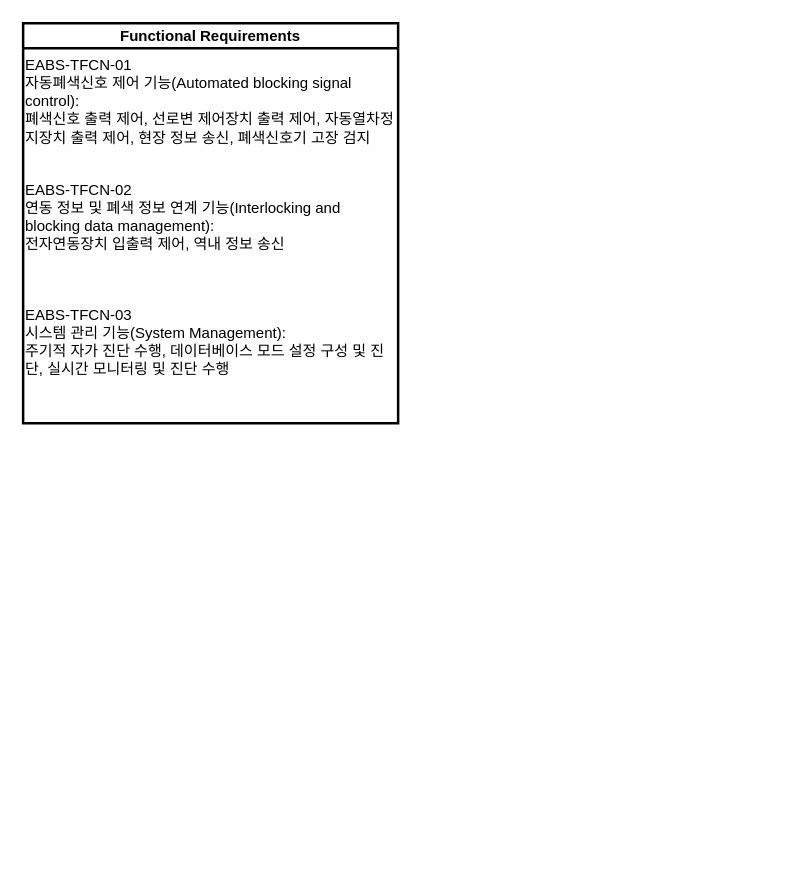
chillin2/MyDraw.io keeps this draw.io diagram as page "Functional Requirements" (5 of 7) of EABS_SIL4/FCPU/SRS_to_Block_Diagram00.drawio. Above is the earlier version. Source tidied: cells renumbered, new cells numbered last; positions are measured from the earlier drawing's top-left corner, leaving out a move shared by most shapes. Both pictures are drawn from the tidied source at 125%, with x=0, y=0 at pixel (22, 22).
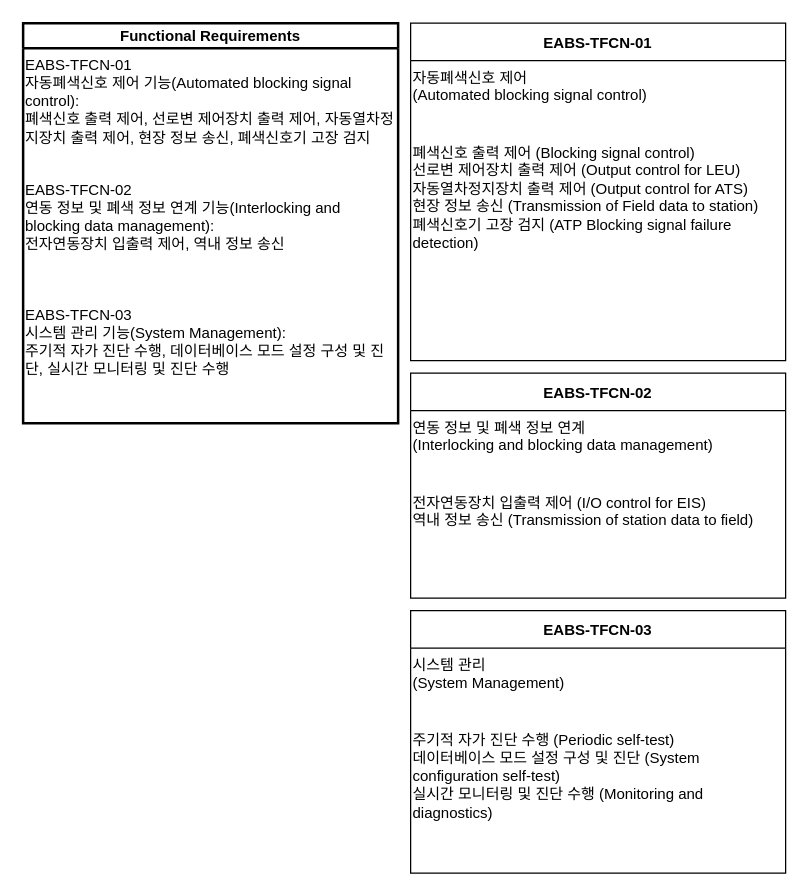
Above is the later version.

Diff of the diagram source:
```diff
@@
 <mxGraphModel>
   <root>
     <mxCell id="0" />
     <mxCell id="1" parent="0" />
     <mxCell id="2" value="Functional Requirements" style="swimlane;horizontal=1;startSize=20;strokeWidth=2;" parent="1" vertex="1">
       <mxGeometry width="300" height="320" as="geometry" />
     </mxCell>
     <mxCell id="3" value="EABS-TFCN-01&#10;자동폐색신호 제어 기능(Automated blocking signal control):&#10;폐색신호 출력 제어, 선로변 제어장치 출력 제어, 자동열차정지장치 출력 제어, 현장 정보 송신, 폐색신호기 고장 검지" style="text;strokeColor=none;fillColor=none;whiteSpace=wrap;" parent="2" vertex="1">
       <mxGeometry y="20" width="300" height="100" as="geometry" />
     </mxCell>
     <mxCell id="4" value="EABS-TFCN-02&#10;연동 정보 및 폐색 정보 연계 기능(Interlocking and blocking data management):&#10;전자연동장치 입출력 제어, 역내 정보 송신" style="text;strokeColor=none;fillColor=none;whiteSpace=wrap;" parent="2" vertex="1">
       <mxGeometry y="120" width="300" height="100" as="geometry" />
     </mxCell>
     <mxCell id="5" value="EABS-TFCN-03&#10;시스템 관리 기능(System Management):&#10;주기적 자가 진단 수행, 데이터베이스 모드 설정 구성 및 진단, 실시간 모니터링 및 진단 수행" style="text;strokeColor=none;fillColor=none;whiteSpace=wrap;" parent="2" vertex="1">
       <mxGeometry y="220" width="300" height="100" as="geometry" />
     </mxCell>
+    <mxCell id="6" value="EABS-TFCN-01" style="swimlane;horizontal=1;startSize=30;" parent="1" vertex="1">
+      <mxGeometry x="310" width="300" height="270" as="geometry" />
+    </mxCell>
+    <mxCell id="7" value="자동폐색신호 제어&#10;(Automated blocking signal control)" style="text;strokeColor=none;fillColor=none;whiteSpace=wrap;" parent="6" vertex="1">
+      <mxGeometry y="30" width="300" height="60" as="geometry" />
+    </mxCell>
+    <mxCell id="8" value="폐색신호 출력 제어 (Blocking signal control)&#10;선로변 제어장치 출력 제어 (Output control for LEU)&#10;자동열차정지장치 출력 제어 (Output control for ATS)&#10;현장 정보 송신 (Transmission of Field data to station)&#10;폐색신호기 고장 검지 (ATP Blocking signal failure detection)" style="text;strokeColor=none;fillColor=none;whiteSpace=wrap;" parent="6" vertex="1">
+      <mxGeometry y="90" width="300" height="180" as="geometry" />
+    </mxCell>
+    <mxCell id="9" value="EABS-TFCN-02" style="swimlane;horizontal=1;startSize=30;" parent="1" vertex="1">
+      <mxGeometry x="310" y="280" width="300" height="180" as="geometry" />
+    </mxCell>
+    <mxCell id="10" value="연동 정보 및 폐색 정보 연계&#10;(Interlocking and blocking data management)" style="text;strokeColor=none;fillColor=none;whiteSpace=wrap;" parent="9" vertex="1">
+      <mxGeometry y="30" width="300" height="60" as="geometry" />
+    </mxCell>
+    <mxCell id="11" value="전자연동장치 입출력 제어 (I/O control for EIS)&#10;역내 정보 송신 (Transmission of station data to field)" style="text;strokeColor=none;fillColor=none;whiteSpace=wrap;" parent="9" vertex="1">
+      <mxGeometry y="90" width="300" height="90" as="geometry" />
+    </mxCell>
+    <mxCell id="12" value="EABS-TFCN-03" style="swimlane;horizontal=1;startSize=30;" parent="1" vertex="1">
+      <mxGeometry x="310" y="470" width="300" height="210" as="geometry" />
+    </mxCell>
+    <mxCell id="13" value="시스템 관리&#10;(System Management)" style="text;strokeColor=none;fillColor=none;whiteSpace=wrap;" parent="12" vertex="1">
+      <mxGeometry y="30" width="300" height="60" as="geometry" />
+    </mxCell>
+    <mxCell id="14" value="주기적 자가 진단 수행 (Periodic self-test)&#10;데이터베이스 모드 설정 구성 및 진단 (System configuration self-test)&#10;실시간 모니터링 및 진단 수행 (Monitoring and diagnostics)" style="text;strokeColor=none;fillColor=none;whiteSpace=wrap;" parent="12" vertex="1">
+      <mxGeometry y="90" width="300" height="120" as="geometry" />
+    </mxCell>
   </root>
 </mxGraphModel>
```
